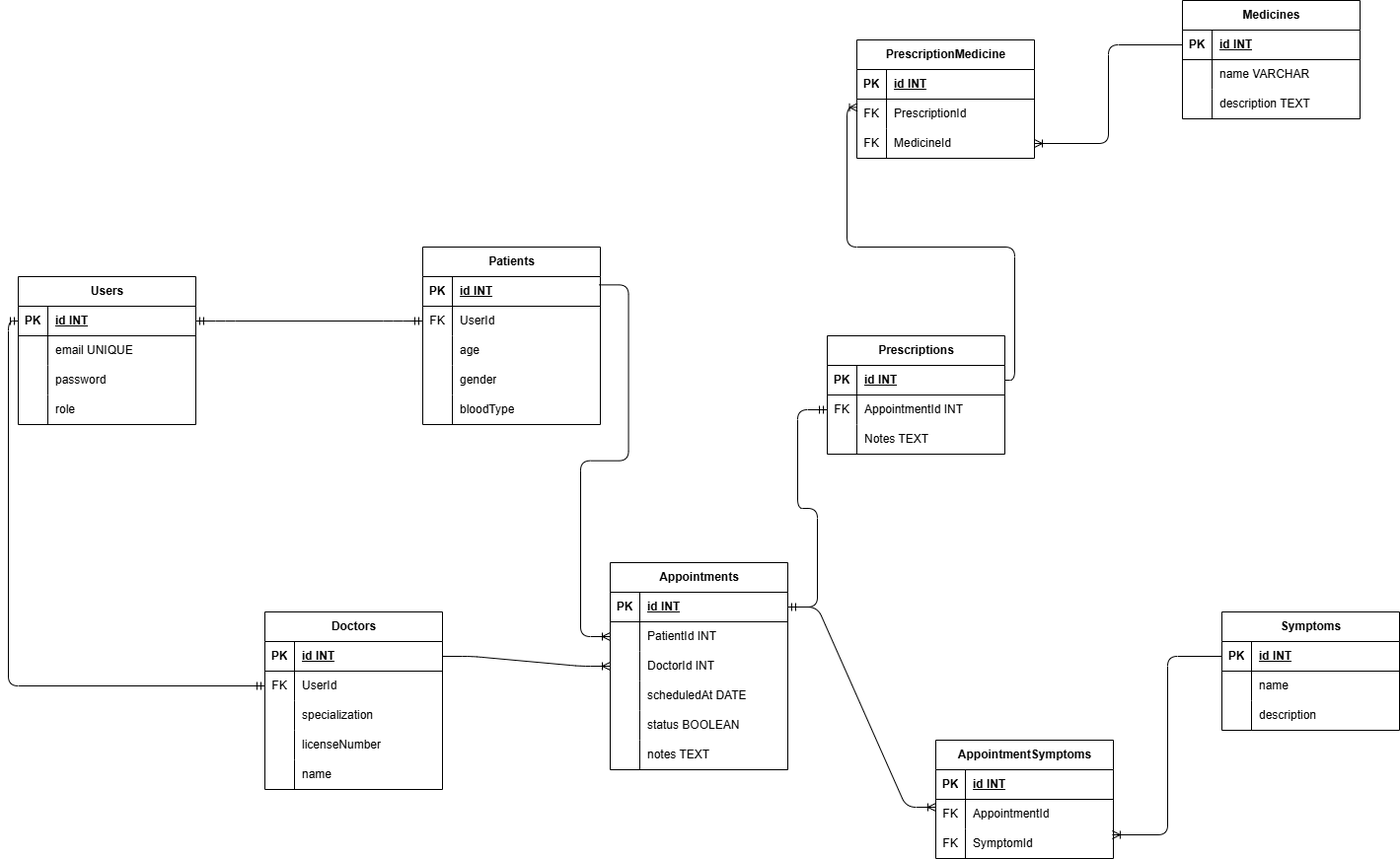
Above: erd.drawio.png in harryrismananda/PP-HCK87-Klik-Gigi (draw.io), before the change. Source tidied: cells renumbered, new cells last; positions are measured from the earlier drawing's top-left corner, leaving out a move shared by most shapes.
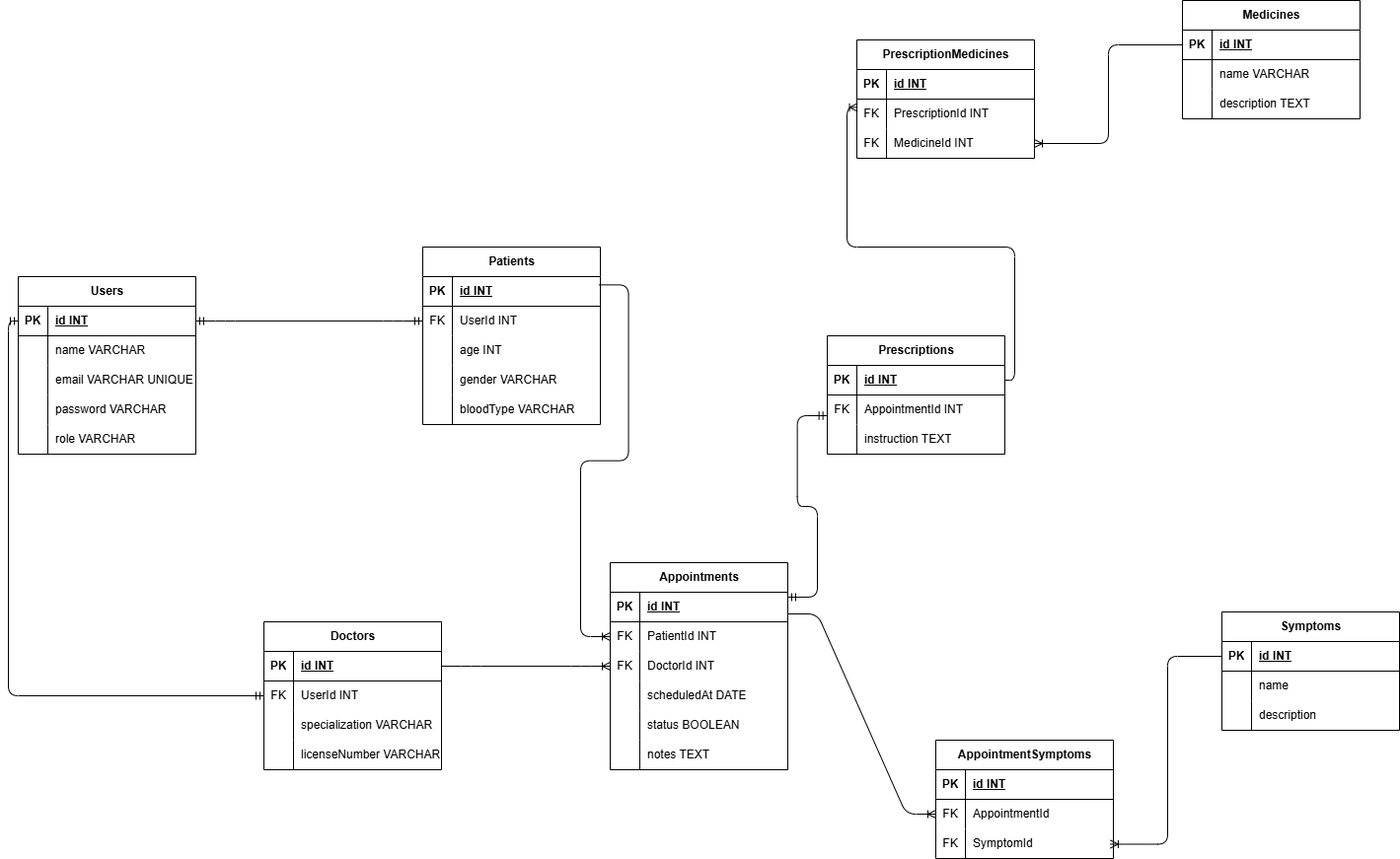
After the change.

Diff of the diagram source:
```diff
@@ -1,2 +1,2 @@
-<mxGraphModel>
+<mxGraphModel shadow="1">
   <root>
@@ -5,3 +5,3 @@
     <mxCell id="2" value="Users" style="shape=table;startSize=30;rowLines=0;fontStyle=1;align=center;html=1;" parent="1" vertex="1">
-      <mxGeometry y="280" width="180" height="150" as="geometry" />
+      <mxGeometry y="280" width="180" height="180" as="geometry" />
     </mxCell>
@@ -22,7 +22,16 @@
     </mxCell>
-    <mxCell id="8" value="email UNIQUE" style="shape=partialRectangle;fillColor=none;top=0;left=0;bottom=0;right=0;align=left;spacingLeft=6;overflow=hidden;whiteSpace=wrap;html=1;" parent="6" vertex="1">
+    <mxCell id="8" value="name VARCHAR" style="shape=partialRectangle;fillColor=none;top=0;left=0;bottom=0;right=0;align=left;spacingLeft=6;overflow=hidden;whiteSpace=wrap;html=1;" parent="6" vertex="1">
       <mxGeometry x="30" width="150" height="30" as="geometry" />
     </mxCell>
+    <mxCell id="125" style="shape=tableRow;horizontal=0;startSize=0;swimlaneHead=0;swimlaneBody=0;fillColor=none;top=0;left=0;right=0;bottom=0;" parent="2" vertex="1">
+      <mxGeometry y="90" width="180" height="30" as="geometry" />
+    </mxCell>
+    <mxCell id="45" style="shape=partialRectangle;fillColor=none;top=0;left=0;bottom=0;right=0;overflow=hidden;whiteSpace=wrap;html=1;" parent="125" vertex="1">
+      <mxGeometry width="30" height="30" as="geometry" />
+    </mxCell>
+    <mxCell id="126" value="email VARCHAR UNIQUE" style="shape=partialRectangle;fillColor=none;top=0;left=0;bottom=0;right=0;align=left;spacingLeft=6;overflow=hidden;whiteSpace=wrap;html=1;" parent="125" vertex="1">
+      <mxGeometry x="30" width="150" height="30" as="geometry" />
+    </mxCell>
     <mxCell id="9" style="shape=tableRow;horizontal=0;startSize=0;swimlaneHead=0;swimlaneBody=0;fillColor=none;top=0;left=0;right=0;bottom=0;" parent="2" vertex="1">
-      <mxGeometry y="90" width="180" height="30" as="geometry" />
+      <mxGeometry y="120" width="180" height="30" as="geometry" />
     </mxCell>
@@ -31,3 +40,3 @@
     </mxCell>
-    <mxCell id="11" value="password" style="shape=partialRectangle;fillColor=none;top=0;left=0;bottom=0;right=0;align=left;spacingLeft=6;overflow=hidden;whiteSpace=wrap;html=1;" parent="9" vertex="1">
+    <mxCell id="11" value="password VARCHAR" style="shape=partialRectangle;fillColor=none;top=0;left=0;bottom=0;right=0;align=left;spacingLeft=6;overflow=hidden;whiteSpace=wrap;html=1;" parent="9" vertex="1">
       <mxGeometry x="30" width="150" height="30" as="geometry" />
@@ -35,3 +44,3 @@
     <mxCell id="12" style="shape=tableRow;horizontal=0;startSize=0;swimlaneHead=0;swimlaneBody=0;fillColor=none;top=0;left=0;right=0;bottom=0;" parent="2" vertex="1">
-      <mxGeometry y="120" width="180" height="30" as="geometry" />
+      <mxGeometry y="150" width="180" height="30" as="geometry" />
     </mxCell>
@@ -40,3 +49,3 @@
     </mxCell>
-    <mxCell id="14" value="role" style="shape=partialRectangle;fillColor=none;top=0;left=0;bottom=0;right=0;align=left;spacingLeft=6;overflow=hidden;whiteSpace=wrap;html=1;" parent="12" vertex="1">
+    <mxCell id="14" value="role VARCHAR" style="shape=partialRectangle;fillColor=none;top=0;left=0;bottom=0;right=0;align=left;spacingLeft=6;overflow=hidden;whiteSpace=wrap;html=1;" parent="12" vertex="1">
       <mxGeometry x="30" width="150" height="30" as="geometry" />
@@ -61,3 +70,3 @@
     </mxCell>
-    <mxCell id="21" value="UserId" style="shape=partialRectangle;fillColor=none;top=0;left=0;bottom=0;right=0;align=left;spacingLeft=6;overflow=hidden;whiteSpace=wrap;html=1;" parent="19" vertex="1">
+    <mxCell id="21" value="UserId INT" style="shape=partialRectangle;fillColor=none;top=0;left=0;bottom=0;right=0;align=left;spacingLeft=6;overflow=hidden;whiteSpace=wrap;html=1;" parent="19" vertex="1">
       <mxGeometry x="30" width="150" height="30" as="geometry" />
@@ -70,3 +79,3 @@
     </mxCell>
-    <mxCell id="24" value="age" style="shape=partialRectangle;fillColor=none;top=0;left=0;bottom=0;right=0;align=left;spacingLeft=6;overflow=hidden;whiteSpace=wrap;html=1;" parent="22" vertex="1">
+    <mxCell id="24" value="age INT" style="shape=partialRectangle;fillColor=none;top=0;left=0;bottom=0;right=0;align=left;spacingLeft=6;overflow=hidden;whiteSpace=wrap;html=1;" parent="22" vertex="1">
       <mxGeometry x="30" width="150" height="30" as="geometry" />
@@ -79,3 +88,3 @@
     </mxCell>
-    <mxCell id="27" value="gender" style="shape=partialRectangle;fillColor=none;top=0;left=0;bottom=0;right=0;align=left;spacingLeft=6;overflow=hidden;whiteSpace=wrap;html=1;" parent="25" vertex="1">
+    <mxCell id="27" value="gender VARCHAR" style="shape=partialRectangle;fillColor=none;top=0;left=0;bottom=0;right=0;align=left;spacingLeft=6;overflow=hidden;whiteSpace=wrap;html=1;" parent="25" vertex="1">
       <mxGeometry x="30" width="150" height="30" as="geometry" />
@@ -88,3 +97,3 @@
     </mxCell>
-    <mxCell id="30" value="bloodType" style="shape=partialRectangle;fillColor=none;top=0;left=0;bottom=0;right=0;align=left;spacingLeft=6;overflow=hidden;whiteSpace=wrap;html=1;" parent="28" vertex="1">
+    <mxCell id="30" value="bloodType VARCHAR" style="shape=partialRectangle;fillColor=none;top=0;left=0;bottom=0;right=0;align=left;spacingLeft=6;overflow=hidden;whiteSpace=wrap;html=1;" parent="28" vertex="1">
       <mxGeometry x="30" width="150" height="30" as="geometry" />
@@ -92,3 +101,3 @@
     <mxCell id="31" value="Doctors" style="shape=table;startSize=30;rowLines=0;fontStyle=1;align=center;html=1;" parent="1" vertex="1">
-      <mxGeometry x="250" y="620" width="180" height="180" as="geometry" />
+      <mxGeometry x="249" y="630" width="180" height="150" as="geometry" />
     </mxCell>
@@ -109,3 +118,3 @@
     </mxCell>
-    <mxCell id="37" value="UserId" style="shape=partialRectangle;fillColor=none;top=0;left=0;bottom=0;right=0;align=left;spacingLeft=6;overflow=hidden;whiteSpace=wrap;html=1;" parent="35" vertex="1">
+    <mxCell id="37" value="UserId INT" style="shape=partialRectangle;fillColor=none;top=0;left=0;bottom=0;right=0;align=left;spacingLeft=6;overflow=hidden;whiteSpace=wrap;html=1;" parent="35" vertex="1">
       <mxGeometry x="30" width="150" height="30" as="geometry" />
@@ -118,3 +127,3 @@
     </mxCell>
-    <mxCell id="40" value="specialization" style="shape=partialRectangle;fillColor=none;top=0;left=0;bottom=0;right=0;align=left;spacingLeft=6;overflow=hidden;whiteSpace=wrap;html=1;" parent="38" vertex="1">
+    <mxCell id="40" value="specialization VARCHAR" style="shape=partialRectangle;fillColor=none;top=0;left=0;bottom=0;right=0;align=left;spacingLeft=6;overflow=hidden;whiteSpace=wrap;html=1;" parent="38" vertex="1">
       <mxGeometry x="30" width="150" height="30" as="geometry" />
@@ -127,14 +136,5 @@
     </mxCell>
-    <mxCell id="43" value="licenseNumber" style="shape=partialRectangle;fillColor=none;top=0;left=0;bottom=0;right=0;align=left;spacingLeft=6;overflow=hidden;whiteSpace=wrap;html=1;" parent="41" vertex="1">
+    <mxCell id="43" value="licenseNumber VARCHAR" style="shape=partialRectangle;fillColor=none;top=0;left=0;bottom=0;right=0;align=left;spacingLeft=6;overflow=hidden;whiteSpace=wrap;html=1;" parent="41" vertex="1">
       <mxGeometry x="30" width="150" height="30" as="geometry" />
     </mxCell>
-    <mxCell id="44" style="shape=tableRow;horizontal=0;startSize=0;swimlaneHead=0;swimlaneBody=0;fillColor=none;top=0;left=0;right=0;bottom=0;" parent="31" vertex="1">
-      <mxGeometry y="150" width="180" height="30" as="geometry" />
-    </mxCell>
-    <mxCell id="45" style="shape=partialRectangle;fillColor=none;top=0;left=0;bottom=0;right=0;overflow=hidden;whiteSpace=wrap;html=1;" parent="44" vertex="1">
-      <mxGeometry width="30" height="30" as="geometry" />
-    </mxCell>
-    <mxCell id="46" value="name" style="shape=partialRectangle;fillColor=none;top=0;left=0;bottom=0;right=0;align=left;spacingLeft=6;overflow=hidden;whiteSpace=wrap;html=1;" parent="44" vertex="1">
-      <mxGeometry x="30" width="150" height="30" as="geometry" />
-    </mxCell>
     <mxCell id="47" value="Symptoms" style="shape=table;startSize=30;rowLines=0;fontStyle=1;align=center;html=1;" parent="1" vertex="1">
@@ -184,3 +184,3 @@
     </mxCell>
-    <mxCell id="62" style="shape=partialRectangle;fillColor=none;top=0;left=0;bottom=0;right=0;overflow=hidden;whiteSpace=wrap;html=1;" parent="61" vertex="1">
+    <mxCell id="62" value="FK" style="shape=partialRectangle;fillColor=none;top=0;left=0;bottom=0;right=0;overflow=hidden;whiteSpace=wrap;html=1;" parent="61" vertex="1">
       <mxGeometry width="30" height="30" as="geometry" />
@@ -193,3 +193,3 @@
     </mxCell>
-    <mxCell id="65" style="shape=partialRectangle;fillColor=none;top=0;left=0;bottom=0;right=0;overflow=hidden;whiteSpace=wrap;html=1;" parent="64" vertex="1">
+    <mxCell id="65" value="FK" style="shape=partialRectangle;fillColor=none;top=0;left=0;bottom=0;right=0;overflow=hidden;whiteSpace=wrap;html=1;" parent="64" vertex="1">
       <mxGeometry width="30" height="30" as="geometry" />
@@ -283,3 +283,3 @@
     </mxCell>
-    <mxCell id="95" value="Notes TEXT" style="shape=partialRectangle;fillColor=none;top=0;left=0;bottom=0;right=0;align=left;spacingLeft=6;overflow=hidden;whiteSpace=wrap;html=1;" parent="93" vertex="1">
+    <mxCell id="95" value="instruction TEXT" style="shape=partialRectangle;fillColor=none;top=0;left=0;bottom=0;right=0;align=left;spacingLeft=6;overflow=hidden;whiteSpace=wrap;html=1;" parent="93" vertex="1">
       <mxGeometry x="30" width="150" height="30" as="geometry" />
@@ -292,3 +292,3 @@
     </mxCell>
-    <mxCell id="98" style="edgeStyle=entityRelationEdgeStyle;fontSize=12;html=1;endArrow=ERoneToMany;exitX=1;exitY=0.5;exitDx=0;exitDy=0;" parent="1" edge="1" source="32" target="64">
+    <mxCell id="98" style="fontSize=12;html=1;endArrow=ERoneToMany;exitX=1;exitY=0.5;exitDx=0;exitDy=0;strokeColor=none;" parent="1" edge="1" source="32" target="64">
       <mxGeometry relative="1" as="geometry" />
@@ -298,3 +298,3 @@
     </mxCell>
-    <mxCell id="100" value="PrescriptionMedicine" style="shape=table;startSize=30;rowLines=0;fontStyle=1;align=center;html=1;" parent="1" vertex="1">
+    <mxCell id="100" value="PrescriptionMedicines" style="shape=table;startSize=30;rowLines=0;fontStyle=1;align=center;html=1;" parent="1" vertex="1">
       <mxGeometry x="850" y="40" width="180" height="120" as="geometry" />
@@ -316,3 +316,3 @@
     </mxCell>
-    <mxCell id="106" value="PrescriptionId" style="shape=partialRectangle;fillColor=none;top=0;left=0;bottom=0;right=0;align=left;spacingLeft=6;overflow=hidden;whiteSpace=wrap;html=1;" parent="104" vertex="1">
+    <mxCell id="106" value="PrescriptionId INT" style="shape=partialRectangle;fillColor=none;top=0;left=0;bottom=0;right=0;align=left;spacingLeft=6;overflow=hidden;whiteSpace=wrap;html=1;" parent="104" vertex="1">
       <mxGeometry x="30" width="150" height="30" as="geometry" />
@@ -325,3 +325,3 @@
     </mxCell>
-    <mxCell id="109" value="MedicineId" style="shape=partialRectangle;fillColor=none;top=0;left=0;bottom=0;right=0;align=left;spacingLeft=6;overflow=hidden;whiteSpace=wrap;html=1;" parent="107" vertex="1">
+    <mxCell id="109" value="MedicineId INT" style="shape=partialRectangle;fillColor=none;top=0;left=0;bottom=0;right=0;align=left;spacingLeft=6;overflow=hidden;whiteSpace=wrap;html=1;" parent="107" vertex="1">
       <mxGeometry x="30" width="150" height="30" as="geometry" />
@@ -334,4 +334,9 @@
     </mxCell>
-    <mxCell id="112" style="edgeStyle=entityRelationEdgeStyle;fontSize=12;html=1;endArrow=ERmandOne;startArrow=ERmandOne;entryX=0;entryY=0.5;entryDx=0;entryDy=0;" parent="1" edge="1" source="58" target="90">
-      <mxGeometry relative="1" as="geometry" />
+    <mxCell id="112" style="edgeStyle=entityRelationEdgeStyle;fontSize=12;html=1;endArrow=ERmandOne;startArrow=ERmandOne;entryX=-0.002;entryY=0.7;entryDx=0;entryDy=0;entryPerimeter=0;" parent="1" edge="1" target="90">
+      <mxGeometry relative="1" as="geometry">
+        <mxPoint x="780" y="605" as="sourcePoint" />
+        <Array as="points">
+          <mxPoint x="790" y="615" />
+        </Array>
+      </mxGeometry>
     </mxCell>
@@ -367,8 +372,14 @@
     </mxCell>
-    <mxCell id="123" style="edgeStyle=entityRelationEdgeStyle;fontSize=12;html=1;endArrow=ERoneToMany;exitX=1;exitY=0.5;exitDx=0;exitDy=0;entryX=0;entryY=0.267;entryDx=0;entryDy=0;entryPerimeter=0;" parent="1" edge="1" source="58" target="117">
-      <mxGeometry relative="1" as="geometry" />
+    <mxCell id="123" style="edgeStyle=entityRelationEdgeStyle;fontSize=12;html=1;endArrow=ERoneToMany;exitX=1;exitY=0.5;exitDx=0;exitDy=0;entryX=0;entryY=0.267;entryDx=0;entryDy=0;entryPerimeter=0;" parent="1" edge="1">
+      <mxGeometry relative="1" as="geometry">
+        <mxPoint x="780" y="622" as="sourcePoint" />
+        <mxPoint x="930" y="825" as="targetPoint" />
+      </mxGeometry>
     </mxCell>
-    <mxCell id="124" style="edgeStyle=orthogonalEdgeStyle;fontSize=12;html=1;endArrow=ERoneToMany;exitX=0;exitY=0.5;exitDx=0;exitDy=0;entryX=0.994;entryY=0.2;entryDx=0;entryDy=0;entryPerimeter=0;" parent="1" edge="1" source="48" target="120">
+    <mxCell id="124" style="edgeStyle=orthogonalEdgeStyle;fontSize=12;html=1;endArrow=ERoneToMany;exitX=0;exitY=0.5;exitDx=0;exitDy=0;entryX=0.983;entryY=0.516;entryDx=0;entryDy=0;entryPerimeter=0;" parent="1" edge="1" source="48" target="120">
       <mxGeometry relative="1" as="geometry" />
     </mxCell>
+    <mxCell id="127" style="edgeStyle=entityRelationEdgeStyle;fontSize=12;html=1;endArrow=ERoneToMany;exitX=1;exitY=0.5;exitDx=0;exitDy=0;" parent="1" edge="1" source="32" target="64">
+      <mxGeometry relative="1" as="geometry" />
+    </mxCell>
   </root>
```
